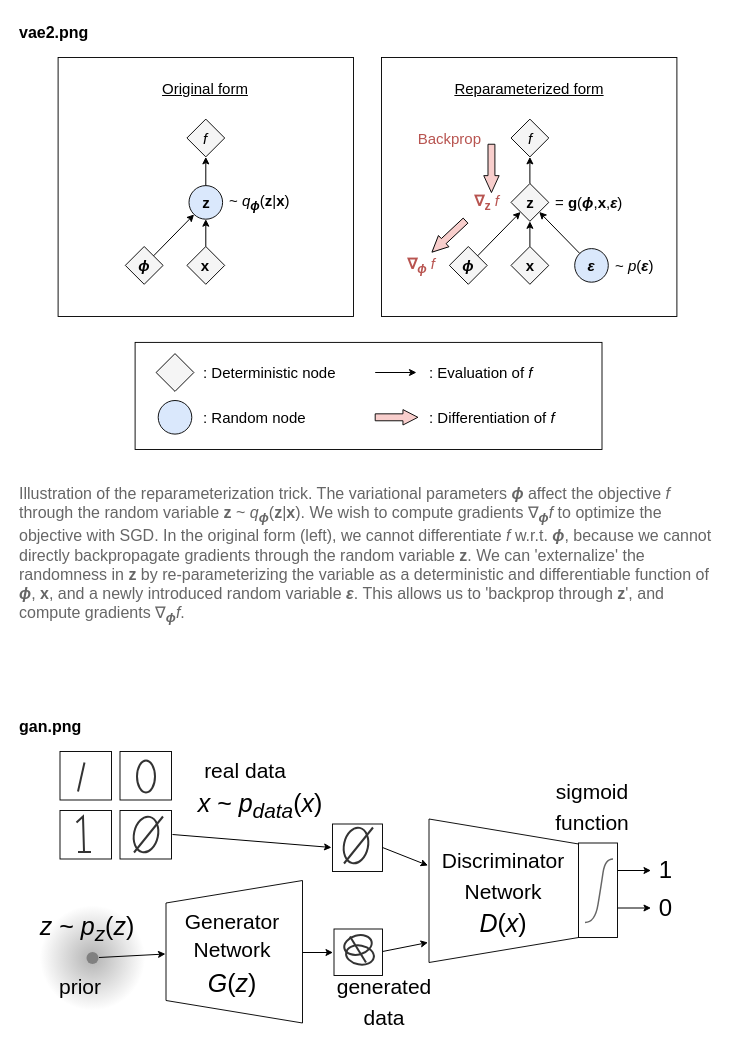
brunomaga/brunomaga.github.io keeps this draw.io diagram as assets/vae-gan/vae-gan.drawio. Above is the earlier version. Source tidied: cells renumbered, new cells numbered last; positions are measured from the earlier drawing's top-left corner, leaving out a move shared by most shapes. Both pictures are drawn from the tidied source at 100%, with x=0, y=0 at pixel (17, 17).
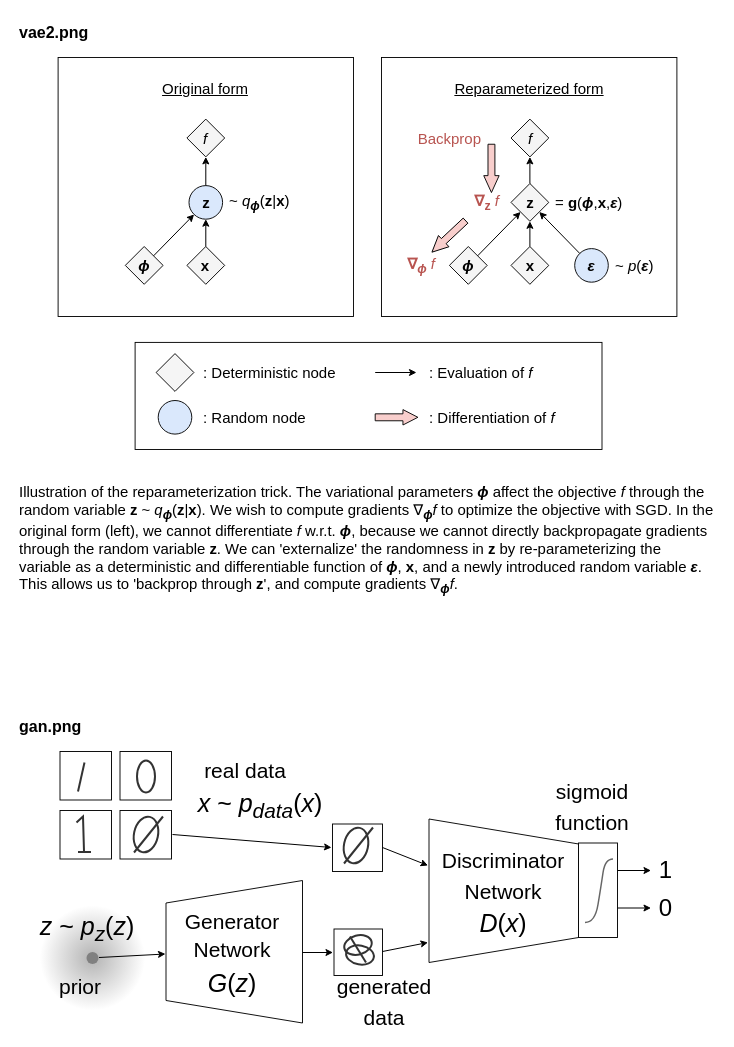
Above is the later version.

Change to the diagram source:
```diff
@@
     <mxCell id="3" style="group;" parent="1" vertex="1">
-      <mxGeometry y="40" width="700" height="574" as="geometry" />
+      <mxGeometry y="40" width="700" height="535.3" as="geometry" />
     </mxCell>
@@
-    <mxCell id="41" value="Illustration of the reparameterization trick. The variational parameters &lt;b&gt;&lt;i&gt;ϕ&lt;/i&gt;&lt;/b&gt; affect the objective &lt;i&gt;f&lt;/i&gt; through the random variable &lt;b&gt;z&lt;/b&gt; ~ &lt;i&gt;q&lt;/i&gt;&lt;sub&gt;&lt;b&gt;&lt;i&gt;ϕ&lt;/i&gt;&lt;/b&gt;&lt;/sub&gt;(&lt;b&gt;z&lt;/b&gt;|&lt;b&gt;x&lt;/b&gt;). We wish to compute gradients ∇&lt;sub&gt;&lt;b&gt;&lt;i&gt;ϕ&lt;/i&gt;&lt;/b&gt;&lt;/sub&gt;&lt;i&gt;f&lt;/i&gt; to optimize the objective with SGD. In the original form (left), we cannot differentiate &lt;i&gt;f&lt;/i&gt; w.r.t. &lt;b&gt;&lt;i&gt;ϕ&lt;/i&gt;&lt;/b&gt;, because we cannot directly backpropagate gradients through the random variable &lt;b&gt;z&lt;/b&gt;. We can 'externalize' the randomness in &lt;b&gt;z&lt;/b&gt; by re-parameterizing the variable as a deterministic and differentiable function of &lt;b&gt;&lt;i&gt;ϕ&lt;/i&gt;&lt;/b&gt;, &lt;b&gt;x&lt;/b&gt;, and a newly introduced random variable &lt;b&gt;&lt;i&gt;ε&lt;/i&gt;&lt;/b&gt;. This allows us to 'backprop through &lt;b&gt;z&lt;/b&gt;', and compute gradients ∇&lt;sub&gt;&lt;b&gt;&lt;i&gt;ϕ&lt;/i&gt;&lt;/b&gt;&lt;/sub&gt;&lt;i&gt;f&lt;/i&gt;." style="text;html=1;whiteSpace=wrap;align=left;verticalAlign=top;fontSize=16;fontColor=#666666;" parent="3" vertex="1">
-      <mxGeometry y="420" width="700" height="154" as="geometry" />
+    <mxCell id="41" value="Illustration of the reparameterization trick. The variational parameters &lt;b&gt;&lt;i&gt;ϕ&lt;/i&gt;&lt;/b&gt; affect the objective &lt;i&gt;f&lt;/i&gt; through the random variable &lt;b&gt;z&lt;/b&gt; ~ &lt;i&gt;q&lt;/i&gt;&lt;sub&gt;&lt;b&gt;&lt;i&gt;ϕ&lt;/i&gt;&lt;/b&gt;&lt;/sub&gt;(&lt;b&gt;z&lt;/b&gt;|&lt;b&gt;x&lt;/b&gt;). We wish to compute gradients ∇&lt;sub&gt;&lt;b&gt;&lt;i&gt;ϕ&lt;/i&gt;&lt;/b&gt;&lt;/sub&gt;&lt;i&gt;f&lt;/i&gt; to optimize the objective with SGD. In the original form (left), we cannot differentiate &lt;i&gt;f&lt;/i&gt; w.r.t. &lt;b&gt;&lt;i&gt;ϕ&lt;/i&gt;&lt;/b&gt;, because we cannot directly backpropagate gradients through the random variable &lt;b&gt;z&lt;/b&gt;. We can 'externalize' the randomness in &lt;b&gt;z&lt;/b&gt; by re-parameterizing the variable as a deterministic and differentiable function of &lt;b&gt;&lt;i&gt;ϕ&lt;/i&gt;&lt;/b&gt;, &lt;b&gt;x&lt;/b&gt;, and a newly introduced random variable &lt;b&gt;&lt;i&gt;ε&lt;/i&gt;&lt;/b&gt;. This allows us to 'backprop through &lt;b&gt;z&lt;/b&gt;', and compute gradients ∇&lt;sub&gt;&lt;b&gt;&lt;i&gt;ϕ&lt;/i&gt;&lt;/b&gt;&lt;/sub&gt;&lt;i&gt;f&lt;/i&gt;." style="text;html=1;whiteSpace=wrap;align=left;verticalAlign=top;fontSize=14.9;fontColor=#000000;" parent="3" vertex="1">
+      <mxGeometry y="420" width="700" height="115.3" as="geometry" />
     </mxCell>
```
